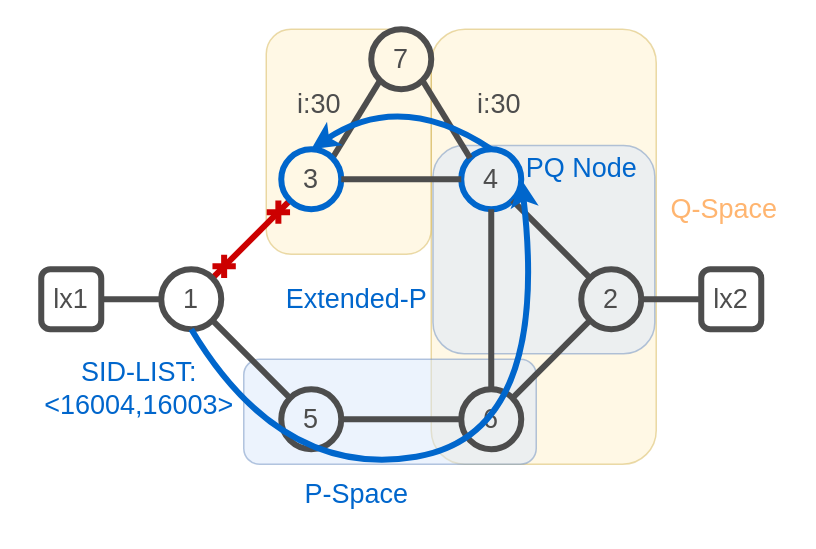
Above: page "4" (4 of 14) of images/lab-topologies.drawio in IntuitiveSoft-net/sr-lab (draw.io), before the change. Source tidied: cells renumbered, new cells numbered last; positions are measured from the earlier drawing's top-left corner, leaving out a move shared by most shapes. Both pictures are drawn from the tidied source at 150%, with x=0, y=0 at pixel (26, 28).
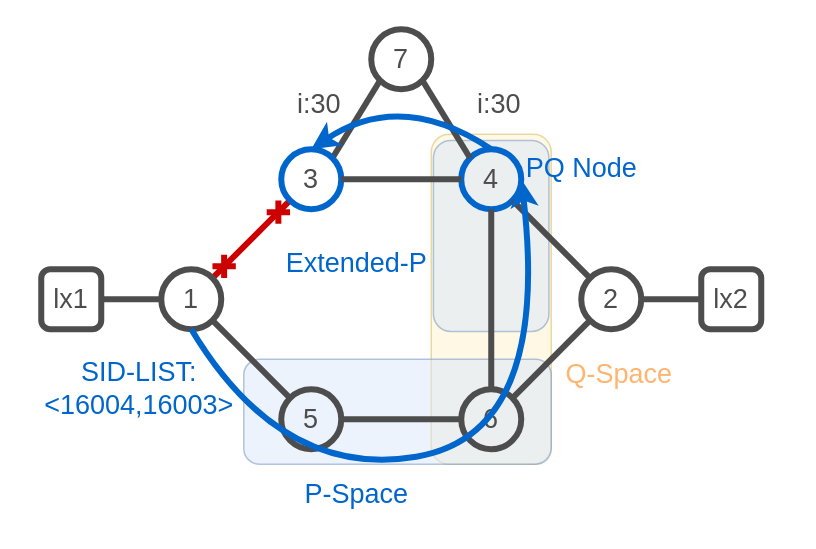
After the change.

Diff of the diagram source:
```diff
@@
     <mxCell id="2" style="rounded=1;whiteSpace=wrap;html=1;strokeColor=#d6b656;fillColor=#fff2cc;opacity=50;" parent="1" vertex="1">
-      <mxGeometry x="270" width="150" height="290" as="geometry" />
+      <mxGeometry x="270" y="70" width="80" height="220" as="geometry" />
     </mxCell>
     <mxCell id="3" style="rounded=1;whiteSpace=wrap;html=1;strokeColor=#6c8ebf;fillColor=#dae8fc;gradientColor=none;opacity=50;rotation=-90;" parent="1" vertex="1">
-      <mxGeometry x="275.7" y="73" width="138.8" height="147.9" as="geometry" />
+      <mxGeometry x="246.3" y="99.3" width="127.3" height="77" as="geometry" />
     </mxCell>
-    <mxCell id="4" style="rounded=1;whiteSpace=wrap;html=1;strokeColor=#d6b656;fillColor=#fff2cc;opacity=50;rotation=-90;" parent="1" vertex="1">
-      <mxGeometry x="140" y="20" width="150" height="110" as="geometry" />
-    </mxCell>
     <mxCell id="5" style="rounded=1;whiteSpace=wrap;html=1;strokeColor=#6c8ebf;fillColor=#dae8fc;gradientColor=none;opacity=50;" parent="1" vertex="1">
-      <mxGeometry x="145" y="220" width="195" height="70" as="geometry" />
+      <mxGeometry x="145" y="220" width="205" height="70" as="geometry" />
     </mxCell>
@@
     <mxCell id="32" value="&lt;span style=&quot;font-size: 18px;&quot;&gt;&lt;font color=&quot;#ffb570&quot;&gt;Q-Space&lt;/font&gt;&lt;/span&gt;" style="text;html=1;align=center;verticalAlign=middle;strokeColor=none;fillColor=none;" parent="1" vertex="1">
-      <mxGeometry x="420" y="100" width="90" height="40" as="geometry" />
+      <mxGeometry x="350" y="210" width="90" height="40" as="geometry" />
     </mxCell>
     <mxCell id="33" value="&lt;font style=&quot;font-size: 18px;&quot; color=&quot;#0066cc&quot;&gt;Extended-P&lt;/font&gt;" style="text;html=1;align=center;verticalAlign=middle;strokeColor=none;fillColor=none;fontColor=#FFB570;" parent="1" vertex="1">
-      <mxGeometry x="160" y="160" width="120" height="40" as="geometry" />
+      <mxGeometry x="160" y="136.3" width="120" height="40" as="geometry" />
     </mxCell>
```
